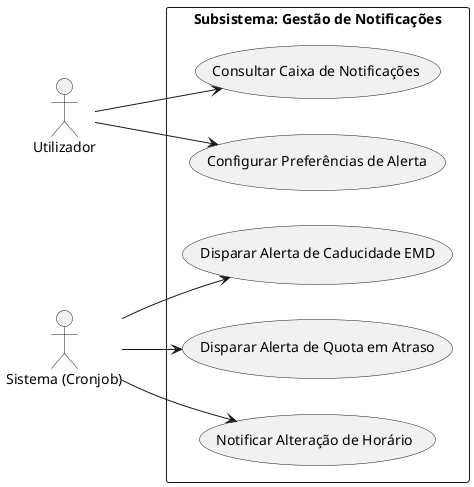
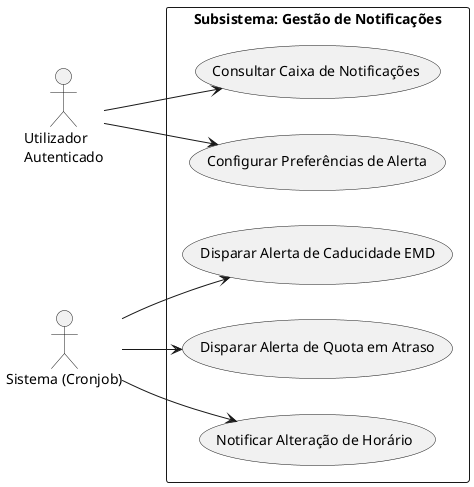
@startuml

left to right direction

- actor "Utilizador" as Utilizador
+ actor "Utilizador\nAutenticado" as User
actor "Sistema (Cronjob)" as Sistema

rectangle "Subsistema: Gestão de Notificações" {
    usecase "Consultar Caixa de Notificações" as UC1
    usecase "Configurar Preferências de Alerta" as UC2
    usecase "Disparar Alerta de Caducidade EMD" as UC3
    usecase "Disparar Alerta de Quota em Atraso" as UC4
    usecase "Notificar Alteração de Horário" as UC5
}

- Utilizador --> UC1
- Utilizador --> UC2
+ User --> UC1
+ User --> UC2

Sistema --> UC3
Sistema --> UC4
Sistema --> UC5

@enduml
